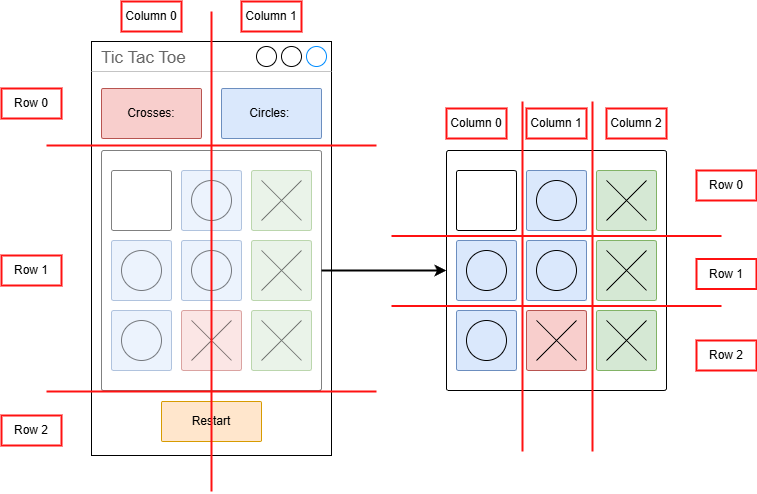
Earlier version of the draw.io export planning/Design_Prototypes_Drawio/Final_Design/Wireframe/Design_Prototype_3_Blueprint.png (MichaelHayesMC/Tic-Tac-Toe). Source tidied: cells renumbered, new cells last; positions are measured from the earlier drawing's top-left corner, leaving out a move shared by most shapes.
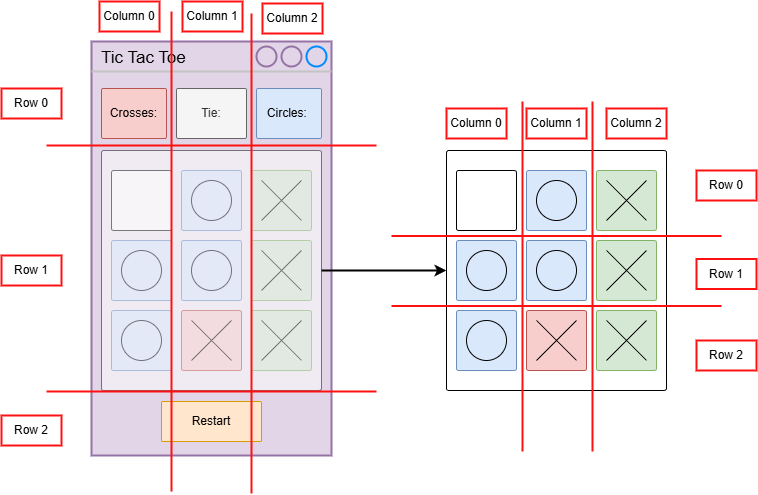
The same file after the commit.

The edit, as a diff of the source:
```diff
@@ -5,9 +5,12 @@
     <mxCell id="2" style="rounded=1;whiteSpace=wrap;html=1;arcSize=1;" parent="1" vertex="1">
       <mxGeometry x="445" y="149" width="220" height="240" as="geometry" />
     </mxCell>
-    <mxCell id="3" value="Tic Tac Toe" style="strokeWidth=1;shadow=0;dashed=0;align=center;html=1;shape=mxgraph.mockup.containers.window;align=left;verticalAlign=top;spacingLeft=8;strokeColor2=#008cff;strokeColor3=#c4c4c4;fontColor=#666666;mainText=;fontSize=17;labelBackgroundColor=none;whiteSpace=wrap;" parent="1" vertex="1">
+    <mxCell id="3" value="Tic Tac Toe" style="strokeWidth=2;shadow=0;dashed=0;align=center;html=1;shape=mxgraph.mockup.containers.window;align=left;verticalAlign=top;spacingLeft=8;strokeColor2=#008cff;strokeColor3=#c4c4c4;mainText=;fontSize=17;labelBackgroundColor=none;whiteSpace=wrap;fillColor=#e1d5e7;strokeColor=#9673a6;" parent="1" vertex="1">
       <mxGeometry x="90" y="40" width="240" height="414" as="geometry" />
     </mxCell>
+    <mxCell id="61" value="Tie:" style="rounded=1;whiteSpace=wrap;html=1;arcSize=3;fillColor=#f5f5f5;strokeColor=#666666;fontColor=#333333;" parent="1" vertex="1">
+      <mxGeometry x="175" y="87" width="70" height="50" as="geometry" />
+    </mxCell>
     <mxCell id="4" style="rounded=1;whiteSpace=wrap;html=1;arcSize=1;opacity=50;" parent="1" vertex="1">
       <mxGeometry x="100" y="149" width="220" height="240" as="geometry" />
     </mxCell>
@@ -63,10 +66,10 @@
       <mxGeometry x="260" y="249" width="40" height="40" as="geometry" />
     </mxCell>
     <mxCell id="22" value="Crosses:" style="rounded=1;whiteSpace=wrap;html=1;arcSize=3;fillColor=#f8cecc;strokeColor=#b85450;" parent="1" vertex="1">
-      <mxGeometry x="100" y="87" width="100" height="50" as="geometry" />
+      <mxGeometry x="100" y="87" width="65" height="50" as="geometry" />
     </mxCell>
     <mxCell id="23" value="Circles:&amp;nbsp;" style="rounded=1;whiteSpace=wrap;html=1;arcSize=3;fillColor=#dae8fc;strokeColor=#6c8ebf;" parent="1" vertex="1">
-      <mxGeometry x="220" y="87" width="100" height="50" as="geometry" />
+      <mxGeometry x="255" y="87" width="65" height="50" as="geometry" />
     </mxCell>
     <mxCell id="24" value="Restart" style="rounded=1;whiteSpace=wrap;html=1;arcSize=3;fillColor=#ffe6cc;strokeColor=#d79b00;" parent="1" vertex="1">
       <mxGeometry x="160" y="400" width="100" height="40" as="geometry" />
@@ -88,15 +91,15 @@
     </mxCell>
     <mxCell id="29" style="endArrow=none;html=1;strokeWidth=2;strokeColor=#FF1111;" parent="1" edge="1">
       <mxGeometry relative="1" as="geometry">
-        <mxPoint x="210" y="490" as="sourcePoint" />
-        <mxPoint x="210" y="10" as="targetPoint" />
+        <mxPoint x="170" y="490" as="sourcePoint" />
+        <mxPoint x="170" y="10" as="targetPoint" />
       </mxGeometry>
     </mxCell>
     <mxCell id="30" value="Column 0" style="text;html=1;align=center;verticalAlign=middle;whiteSpace=wrap;rounded=0;strokeWidth=2;strokeColor=#FF1111;" parent="1" vertex="1">
-      <mxGeometry x="120" width="60" height="30" as="geometry" />
+      <mxGeometry x="98" width="60" height="30" as="geometry" />
     </mxCell>
     <mxCell id="31" value="Column 1" style="text;html=1;align=center;verticalAlign=middle;whiteSpace=wrap;rounded=0;strokeWidth=2;strokeColor=#FF1111;" parent="1" vertex="1">
-      <mxGeometry x="240" width="60" height="30" as="geometry" />
+      <mxGeometry x="181" width="60" height="30" as="geometry" />
     </mxCell>
     <mxCell id="32" style="rounded=1;whiteSpace=wrap;html=1;arcSize=3;" parent="1" vertex="1">
       <mxGeometry x="455" y="169" width="60" height="60" as="geometry" />
@@ -200,5 +203,14 @@
     <mxCell id="60" value="Column 2" style="text;html=1;align=center;verticalAlign=middle;whiteSpace=wrap;rounded=0;strokeWidth=2;strokeColor=#FF1111;" parent="1" vertex="1">
       <mxGeometry x="605" y="107" width="60" height="30" as="geometry" />
     </mxCell>
+    <mxCell id="62" value="Column 2" style="text;html=1;align=center;verticalAlign=middle;whiteSpace=wrap;rounded=0;strokeWidth=2;strokeColor=#FF1111;" parent="1" vertex="1">
+      <mxGeometry x="261" y="2" width="60" height="30" as="geometry" />
+    </mxCell>
+    <mxCell id="63" style="endArrow=none;html=1;strokeWidth=2;strokeColor=#FF1111;" parent="1" edge="1">
+      <mxGeometry relative="1" as="geometry">
+        <mxPoint x="250" y="492" as="sourcePoint" />
+        <mxPoint x="250" y="12" as="targetPoint" />
+      </mxGeometry>
+    </mxCell>
   </root>
 </mxGraphModel>
```
